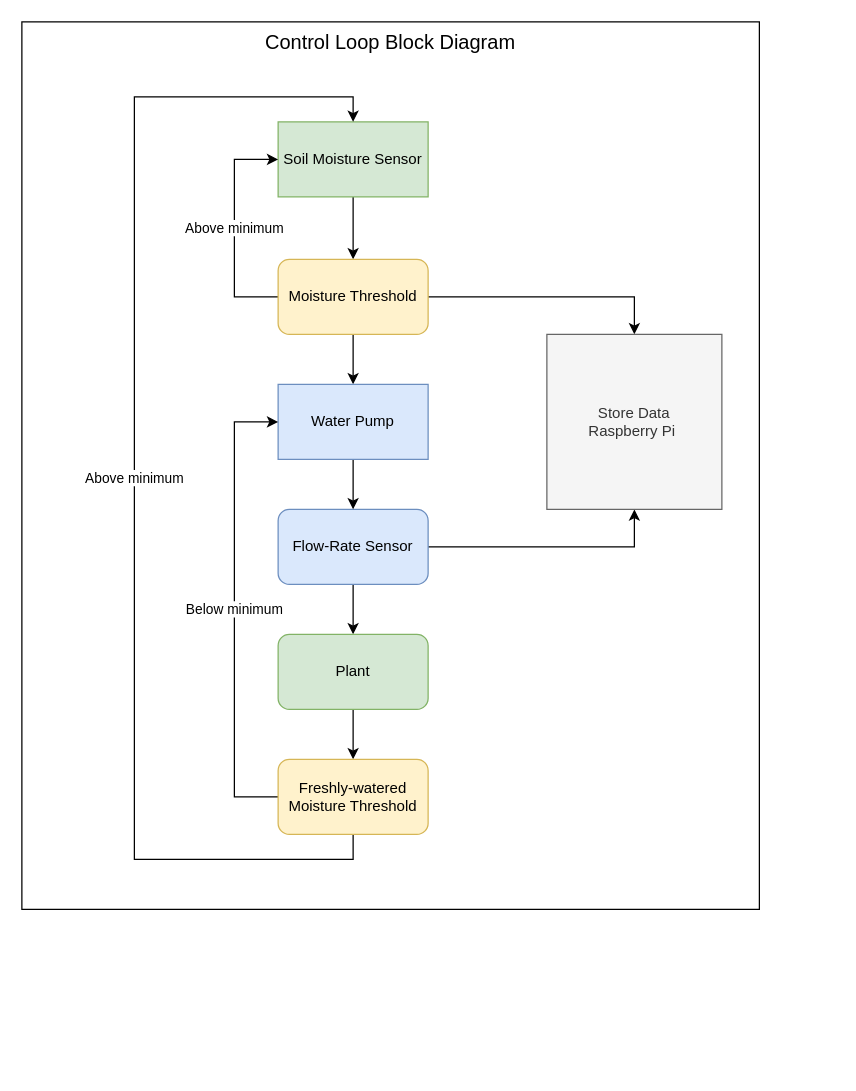
matwinte/raskovnik keeps this draw.io diagram as page "Control" (1 of 2) of project_diagrams.drawio. Above is the earlier version. Source tidied: cells renumbered, new cells numbered last; positions are measured from the earlier drawing's top-left corner, leaving out a move shared by most shapes. Both pictures are drawn from the tidied source at 125%, with x=0, y=0 at pixel (21, 21).
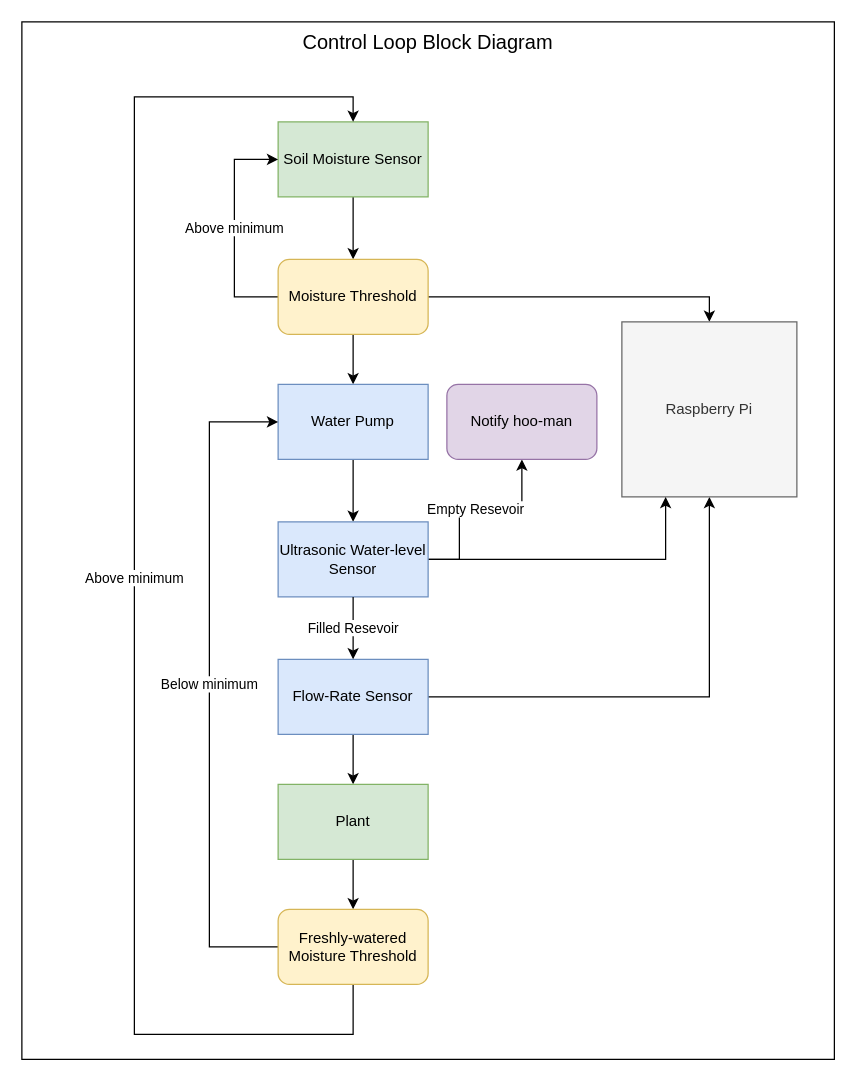
The same diagram, later.

Commit message:
Update project_diagrams.drawio with ultrasonic sensor

The change refers to these unchanged cells:
```xml
<mxCell id="4" value="Soil Moisture Sensor" style="rounded=0;whiteSpace=wrap;html=1;fillColor=#d5e8d4;strokeColor=#82b366;" parent="1" vertex="1">
  <mxGeometry x="205" y="80" width="120" height="60" as="geometry" />
</mxCell>
<mxCell id="13" value="Water Pump " style="rounded=0;whiteSpace=wrap;html=1;fillColor=#dae8fc;strokeColor=#6c8ebf;" parent="1" vertex="1">
  <mxGeometry x="205" y="290" width="120" height="60" as="geometry" />
</mxCell>
```

The edit, as a diff of the source:
```diff
@@
     <mxCell id="2" value="Control Loop Block Diagram" style="rounded=0;whiteSpace=wrap;html=1;verticalAlign=top;fontSize=16;" parent="1" vertex="1">
-      <mxGeometry width="590" height="710" as="geometry" />
+      <mxGeometry width="650" height="830" as="geometry" />
     </mxCell>
@@
-    <mxCell id="11" value="Flow-Rate Sensor" style="rounded=1;whiteSpace=wrap;html=1;fillColor=#dae8fc;strokeColor=#6c8ebf;" parent="1" vertex="1">
-      <mxGeometry x="205" y="390" width="120" height="60" as="geometry" />
+    <mxCell id="11" value="Flow-Rate Sensor" style="rounded=0;whiteSpace=wrap;html=1;fillColor=#dae8fc;strokeColor=#6c8ebf;" parent="1" vertex="1">
+      <mxGeometry x="205" y="510" width="120" height="60" as="geometry" />
     </mxCell>
-    <mxCell id="12" style="edgeStyle=orthogonalEdgeStyle;rounded=0;jettySize=auto;html=1;exitX=0.5;exitY=1;exitDx=0;exitDy=0;entryX=0.5;entryY=0;entryDx=0;entryDy=0;" parent="1" edge="1" source="13" target="11">
+    <mxCell id="12" style="edgeStyle=orthogonalEdgeStyle;rounded=0;jettySize=auto;html=1;exitX=0.5;exitY=1;exitDx=0;exitDy=0;entryX=0.5;entryY=0;entryDx=0;entryDy=0;" parent="1" edge="1" source="13" target="23">
       <mxGeometry relative="1" as="geometry" />
     </mxCell>
@@
-    <mxCell id="15" value="Plant" style="rounded=1;whiteSpace=wrap;html=1;fillColor=#d5e8d4;strokeColor=#82b366;" parent="1" vertex="1">
-      <mxGeometry x="205" y="490" width="120" height="60" as="geometry" />
+    <mxCell id="15" value="Plant" style="rounded=0;whiteSpace=wrap;html=1;fillColor=#d5e8d4;strokeColor=#82b366;" parent="1" vertex="1">
+      <mxGeometry x="205" y="610" width="120" height="60" as="geometry" />
     </mxCell>
-    <mxCell id="16" value="Store Data&lt;br&gt;Raspberry Pi&amp;nbsp;" style="whiteSpace=wrap;html=1;fillColor=#f5f5f5;strokeColor=#666666;fontColor=#333333;" parent="1" vertex="1">
-      <mxGeometry x="420" y="250" width="140" height="140" as="geometry" />
+    <mxCell id="16" value="Raspberry Pi" style="whiteSpace=wrap;html=1;fillColor=#f5f5f5;strokeColor=#666666;fontColor=#333333;" parent="1" vertex="1">
+      <mxGeometry x="480" y="240" width="140" height="140" as="geometry" />
     </mxCell>
     <mxCell id="17" value="Below minimum" style="edgeStyle=orthogonalEdgeStyle;rounded=0;jettySize=auto;html=1;exitX=0;exitY=0.5;exitDx=0;exitDy=0;entryX=0;entryY=0.5;entryDx=0;entryDy=0;" parent="1" edge="1" source="19" target="13">
       <mxGeometry relative="1" as="geometry">
         <Array as="points">
-          <mxPoint x="170" y="620" />
-          <mxPoint x="170" y="320" />
+          <mxPoint x="150" y="740" />
+          <mxPoint x="150" y="320" />
         </Array>
       </mxGeometry>
     </mxCell>
     <mxCell id="18" value="Above minimum" style="edgeStyle=orthogonalEdgeStyle;rounded=0;jettySize=auto;html=1;exitX=0.5;exitY=1;exitDx=0;exitDy=0;entryX=0.5;entryY=0;entryDx=0;entryDy=0;" parent="1" edge="1" source="19" target="4">
       <mxGeometry relative="1" as="geometry">
         <Array as="points">
-          <mxPoint x="265" y="670" />
-          <mxPoint x="90" y="670" />
+          <mxPoint x="265" y="810" />
+          <mxPoint x="90" y="810" />
           <mxPoint x="90" y="60" />
           <mxPoint x="265" y="60" />
         </Array>
       </mxGeometry>
     </mxCell>
     <mxCell id="19" value="Freshly-watered Moisture Threshold" style="rounded=1;whiteSpace=wrap;html=1;fillColor=#fff2cc;strokeColor=#d6b656;" parent="1" vertex="1">
-      <mxGeometry x="205" y="590" width="120" height="60" as="geometry" />
+      <mxGeometry x="205" y="710" width="120" height="60" as="geometry" />
     </mxCell>
+    <mxCell id="20" style="edgeStyle=orthogonalEdgeStyle;rounded=0;orthogonalLoop=1;jettySize=auto;html=1;exitX=0.5;exitY=1;exitDx=0;exitDy=0;" parent="1" edge="1" source="2" target="2">
+      <mxGeometry relative="1" as="geometry" />
+    </mxCell>
+    <mxCell id="21" value="Empty Resevoir" style="edgeStyle=orthogonalEdgeStyle;rounded=0;jettySize=auto;html=1;exitX=1;exitY=0.5;exitDx=0;exitDy=0;entryX=0.5;entryY=1;entryDx=0;entryDy=0;" parent="1" edge="1" source="23" target="25">
+      <mxGeometry relative="1" as="geometry">
+        <Array as="points">
+          <mxPoint x="350" y="430" />
+          <mxPoint x="350" y="390" />
+          <mxPoint x="400" y="390" />
+        </Array>
+      </mxGeometry>
+    </mxCell>
+    <mxCell id="22" style="edgeStyle=orthogonalEdgeStyle;rounded=0;jettySize=auto;html=1;exitX=1;exitY=0.5;exitDx=0;exitDy=0;entryX=0.25;entryY=1;entryDx=0;entryDy=0;" parent="1" edge="1" source="23" target="16">
+      <mxGeometry relative="1" as="geometry" />
+    </mxCell>
+    <mxCell id="23" value="Ultrasonic Water-level Sensor" style="rounded=0;whiteSpace=wrap;html=1;fillColor=#dae8fc;strokeColor=#6c8ebf;" parent="1" vertex="1">
+      <mxGeometry x="205" y="400" width="120" height="60" as="geometry" />
+    </mxCell>
+    <mxCell id="24" value="Filled Resevoir" style="edgeStyle=orthogonalEdgeStyle;rounded=0;jettySize=auto;html=1;exitX=0.5;exitY=1;exitDx=0;exitDy=0;entryX=0.5;entryY=0;entryDx=0;entryDy=0;" parent="1" edge="1" source="23" target="11">
+      <mxGeometry relative="1" as="geometry" />
+    </mxCell>
+    <mxCell id="25" value="Notify hoo-man" style="rounded=1;whiteSpace=wrap;html=1;fillColor=#e1d5e7;strokeColor=#9673a6;" parent="1" vertex="1">
+      <mxGeometry x="340" y="290" width="120" height="60" as="geometry" />
+    </mxCell>
```
